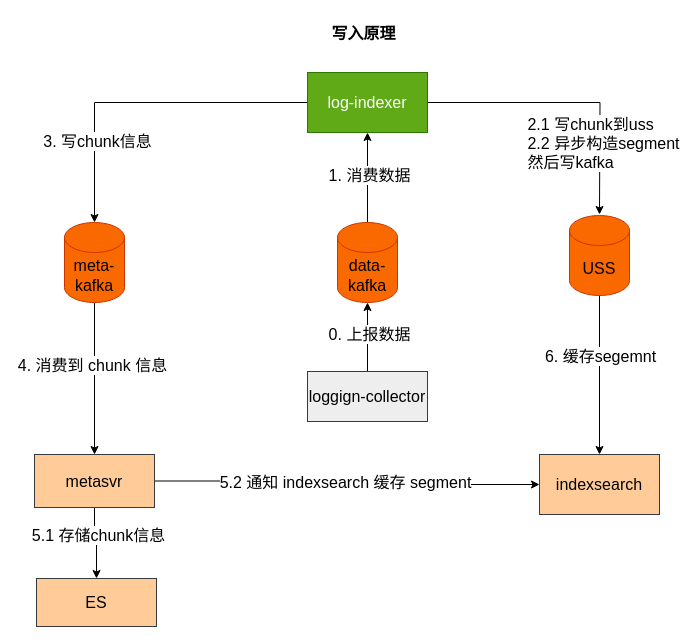
The draw.io diagram page "日志写入原理" (5 of 12) of promotion.drawio in WebbingXu/draw, before the edit. Source tidied: cells renumbered, new cells numbered last; positions are measured from the earlier drawing's top-left corner, leaving out a move shared by most shapes. Both pictures are drawn from the tidied source at 100%, with x=0, y=0 at pixel (34, 17).
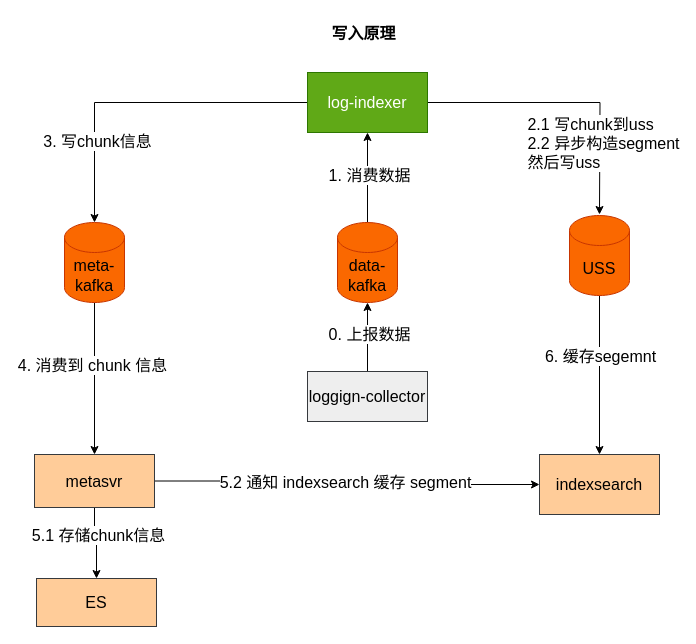
The same diagram, later.

The change refers to these unchanged cells:
```xml
<mxCell id="9" style="edgeStyle=orthogonalEdgeStyle;rounded=0;jettySize=auto;html=1;" parent="1" edge="1" source="11">
  <mxGeometry relative="1" as="geometry">
    <mxPoint x="565" y="197" as="targetPoint" />
  </mxGeometry>
</mxCell>
```

Change to the diagram source:
```diff
@@
-    <mxCell id="10" value="&lt;div style=&quot;text-align: left;&quot;&gt;&lt;span style=&quot;font-size: 16px;&quot;&gt;2.1 写chunk到uss&lt;/span&gt;&lt;/div&gt;&lt;font style=&quot;font-size: 16px;&quot;&gt;&lt;div style=&quot;text-align: left;&quot;&gt;2.2 异步构造segment&lt;/div&gt;&lt;div style=&quot;text-align: left;&quot;&gt;然后写kafka&lt;/div&gt;&lt;/font&gt;" style="edgeLabel;html=1;align=center;verticalAlign=middle;" parent="9" vertex="1">
+    <mxCell id="10" value="&lt;div style=&quot;text-align: left;&quot;&gt;&lt;span style=&quot;font-size: 16px;&quot;&gt;2.1 写chunk到uss&lt;/span&gt;&lt;/div&gt;&lt;font style=&quot;font-size: 16px;&quot;&gt;&lt;div style=&quot;text-align: left;&quot;&gt;2.2 异步构造segment&lt;/div&gt;&lt;div style=&quot;text-align: left;&quot;&gt;然后写uss&amp;nbsp;&lt;/div&gt;&lt;/font&gt;" style="edgeLabel;html=1;align=center;verticalAlign=middle;" parent="9" vertex="1">
       <mxGeometry x="0.5" y="3" relative="1" as="geometry" />
     </mxCell>
```
